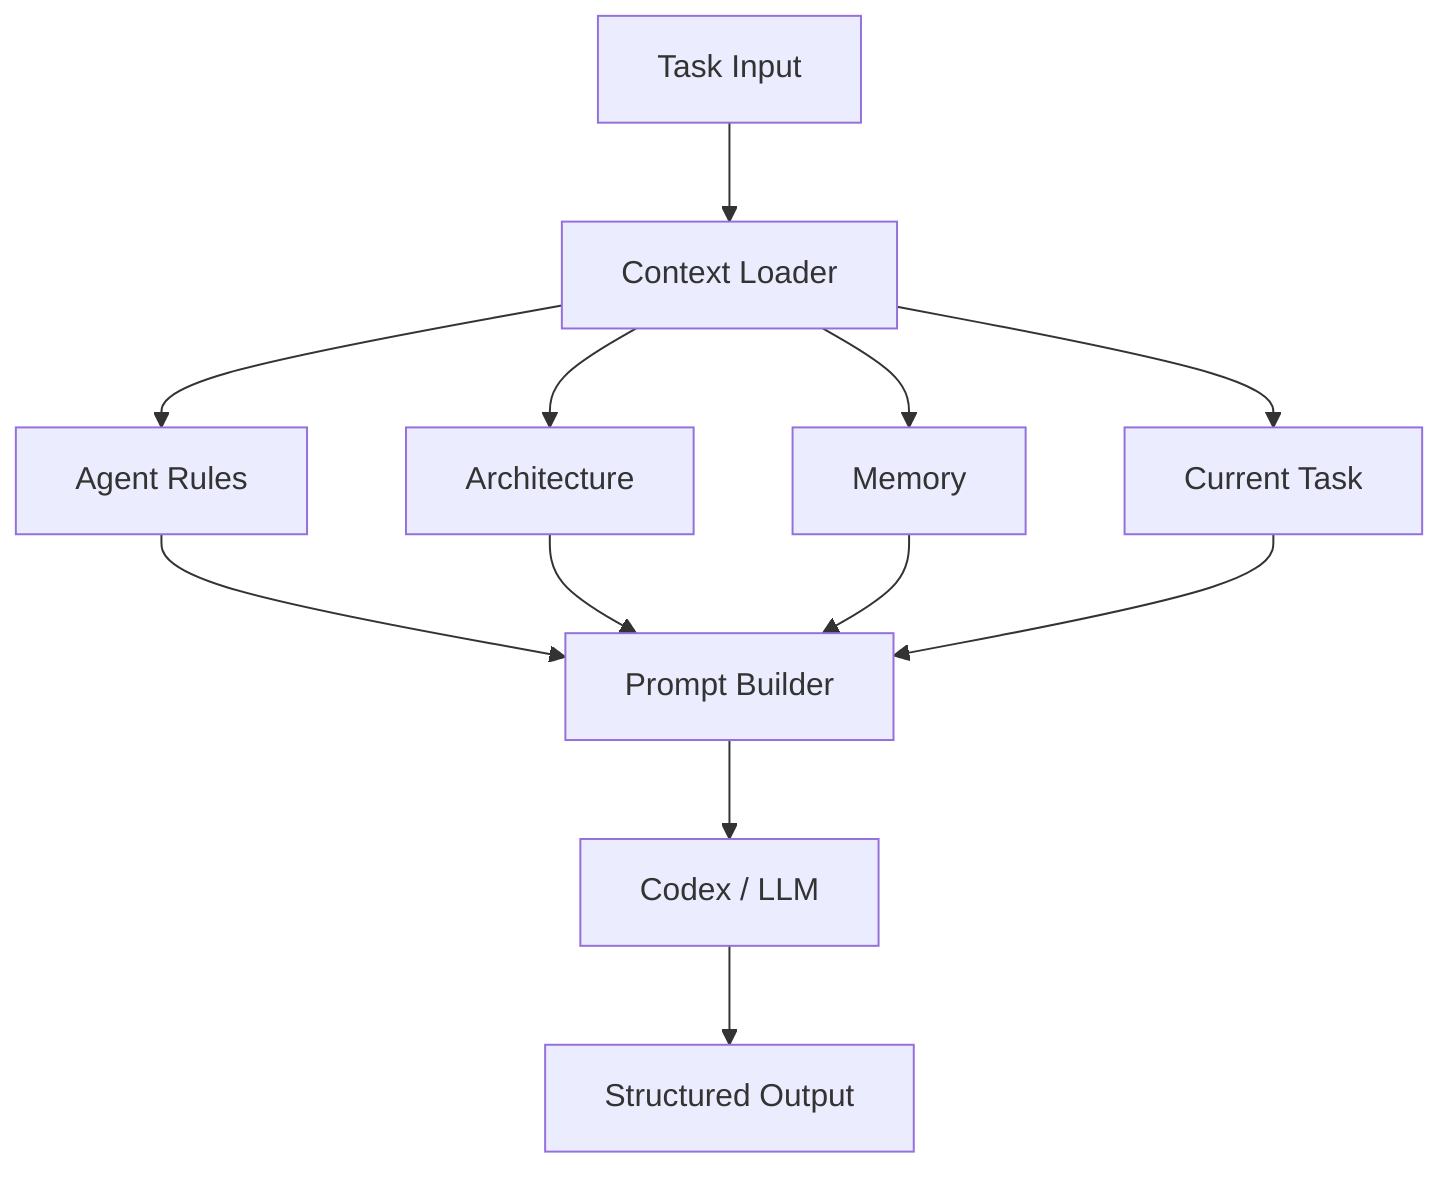
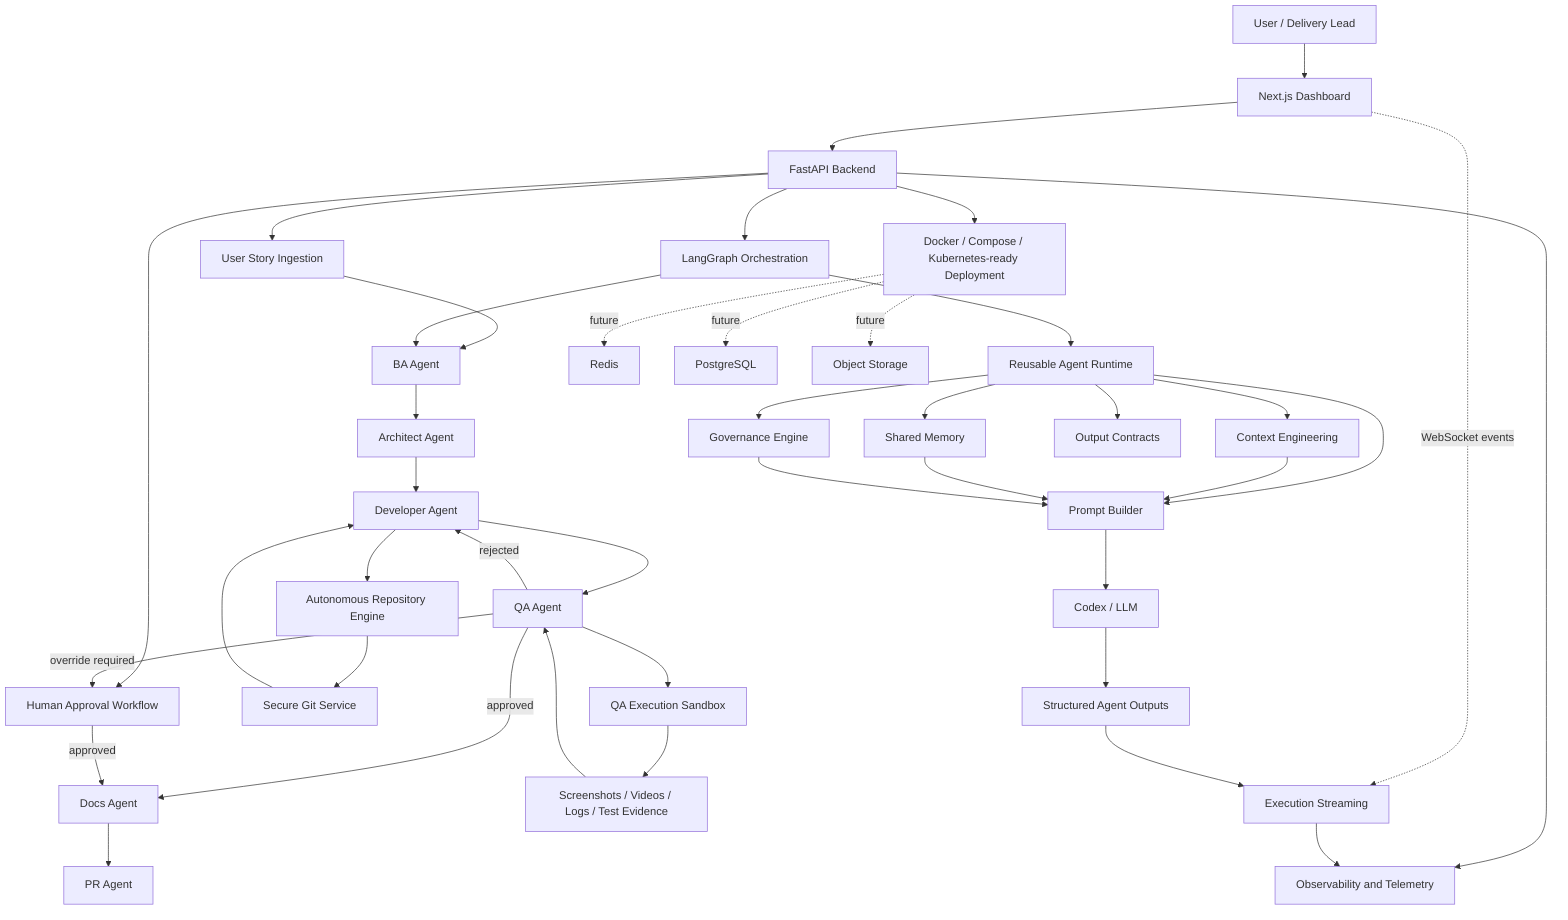
flowchart TB
+   User["User / Delivery Lead"] --> Frontend["Next.js Dashboard"]
+   Frontend --> API["FastAPI Backend"]
+   Frontend -. "WebSocket events" .-> Streaming["Execution Streaming"]

- A[Task Input] --> B[Context Loader]
+   API --> Ingestion["User Story Ingestion"]
+   API --> Approvals["Human Approval Workflow"]
+   API --> Observability["Observability and Telemetry"]
+   API --> Graph["LangGraph Orchestration"]

- B --> C[Agent Rules]
- B --> D[Architecture]
- B --> E[Memory]
- B --> F[Current Task]
+   Ingestion --> BA["BA Agent"]
+   Graph --> BA
+   BA --> Architect["Architect Agent"]
+   Architect --> Developer["Developer Agent"]

- C --> G[Prompt Builder]
+   Developer --> RepoEngine["Autonomous Repository Engine"]
+   RepoEngine --> Git["Secure Git Service"]
+   Git --> Developer

- D --> G
- E --> G
- F --> G
+   Developer --> QA["QA Agent"]
+   QA --> QASandbox["QA Execution Sandbox"]
+   QASandbox --> Evidence["Screenshots / Videos / Logs / Test Evidence"]
+   Evidence --> QA

- G --> H[Codex / LLM]
+   QA -->|approved| Docs["Docs Agent"]
+   QA -->|rejected| Developer
+   QA -->|override required| Approvals
+   Approvals -->|approved| Docs
+   Docs --> PR["PR Agent"]

- H --> I[Structured Output]+   Graph --> Runtime["Reusable Agent Runtime"]
+   Runtime --> Context["Context Engineering"]
+   Runtime --> Memory["Shared Memory"]
+   Runtime --> Governance["Governance Engine"]
+   Runtime --> Prompts["Prompt Builder"]
+   Runtime --> Contracts["Output Contracts"]
+ 
+   Context --> Prompts
+   Memory --> Prompts
+   Governance --> Prompts
+   Prompts --> LLM["Codex / LLM"]
+   LLM --> Structured["Structured Agent Outputs"]
+   Structured --> Streaming
+   Streaming --> Observability
+ 
+   API --> Deployment["Docker / Compose / Kubernetes-ready Deployment"]
+   Deployment -. "future" .-> Redis["Redis"]
+   Deployment -. "future" .-> Postgres["PostgreSQL"]
+   Deployment -. "future" .-> ObjectStorage["Object Storage"]
